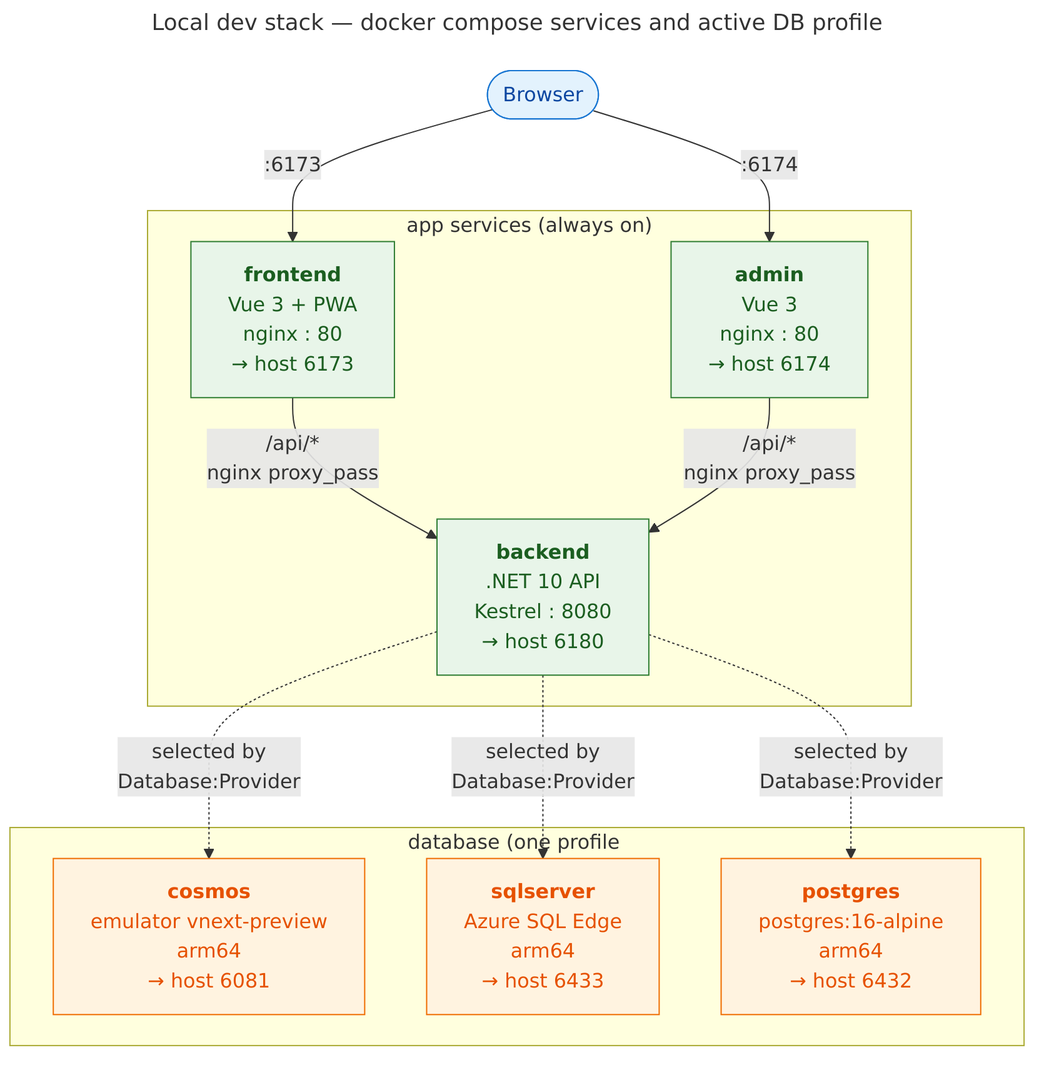
This is docs/diagrams/local-dev-architecture.png from jpoley/template, a Mermaid export, as it was before one commit. Its source is kept beside it as docs/diagrams/local-dev-architecture.mmd.
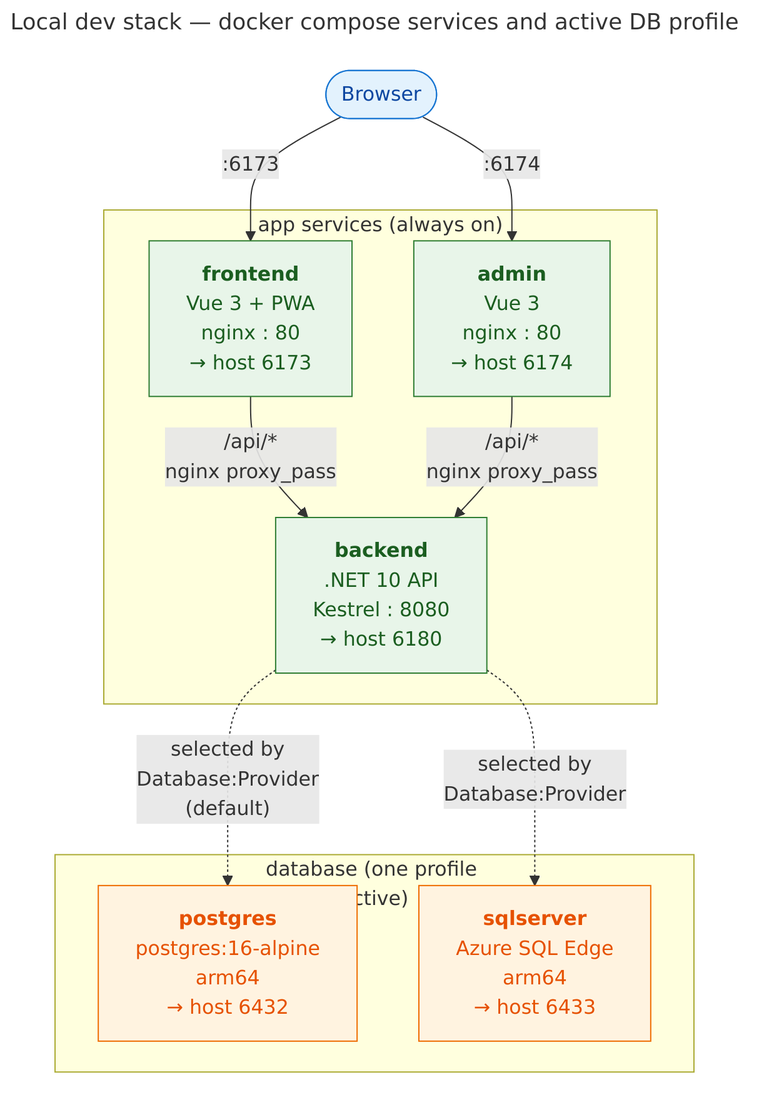
After the change.

The edit, as a diff of the source:
```diff
@@ -18,9 +18,8 @@
 
     subgraph dbs["database (one profile active)"]
         direction LR
-        cosmos["<b>cosmos</b><br/>emulator vnext-preview<br/>arm64<br/>→ host 6081"]
+        postgres["<b>postgres</b><br/>postgres:16-alpine<br/>arm64<br/>→ host 6432"]
         sqlserver["<b>sqlserver</b><br/>Azure SQL Edge<br/>arm64<br/>→ host 6433"]
-        postgres["<b>postgres</b><br/>postgres:16-alpine<br/>arm64<br/>→ host 6432"]
     end
 
     browser -->|":6173"| frontend
@@ -28,13 +27,12 @@
     frontend -->|"/api/*<br/>nginx proxy_pass"| backend
     admin    -->|"/api/*<br/>nginx proxy_pass"| backend
 
-    backend -.->|"selected by<br/>Database:Provider"| cosmos
+    backend -.->|"selected by<br/>Database:Provider<br/>(default)"| postgres
     backend -.->|"selected by<br/>Database:Provider"| sqlserver
-    backend -.->|"selected by<br/>Database:Provider"| postgres
 
     classDef appBox fill:#e8f5e9,stroke:#2e7d32,color:#1b5e20
     classDef dbBox  fill:#fff3e0,stroke:#ef6c00,color:#e65100
     classDef ext    fill:#e3f2fd,stroke:#1976d2,color:#0d47a1
     class frontend,admin,backend appBox
-    class cosmos,sqlserver,postgres dbBox
+    class postgres,sqlserver dbBox
     class browser ext
```
